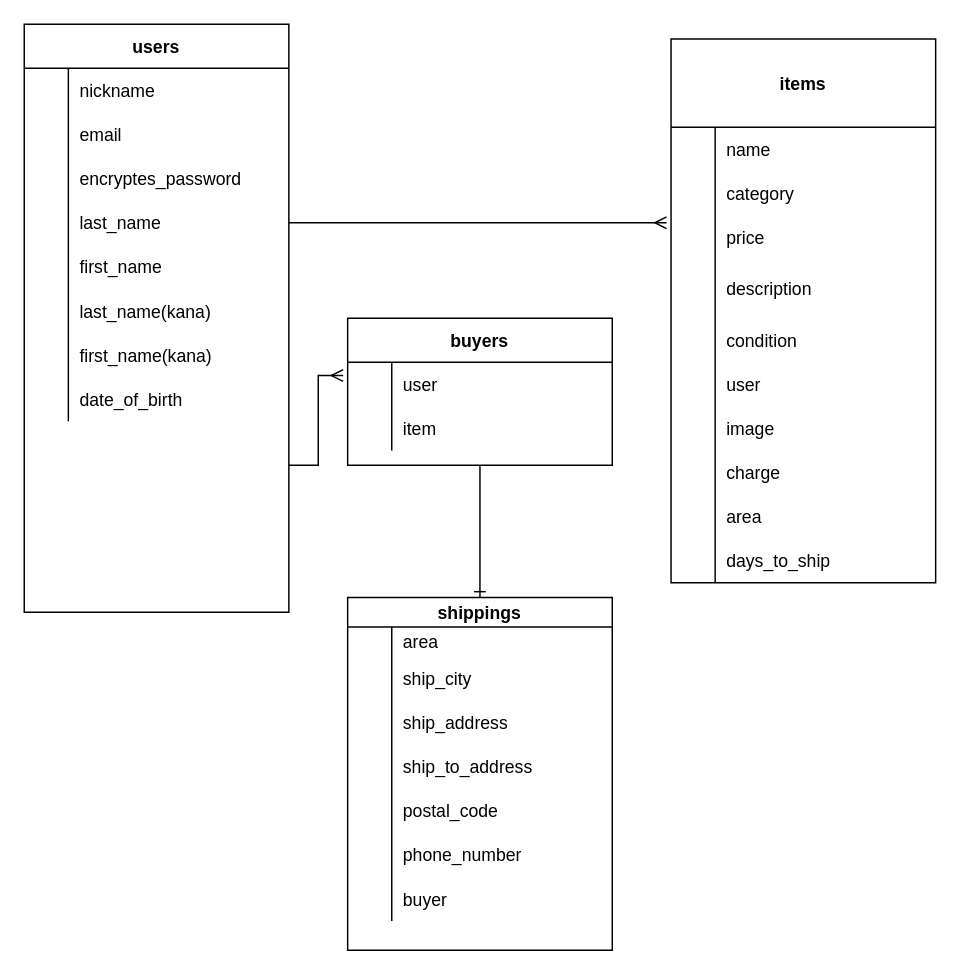
Earlier version of the draw.io diagram app/assets/images/test.dio (motuko61/furima-35954). Source tidied: cells renumbered, new cells numbered last; positions are measured from the earlier drawing's top-left corner, leaving out a move shared by most shapes. Both pictures are drawn from the tidied source at 147%, with x=0, y=0 at pixel (24, 24).
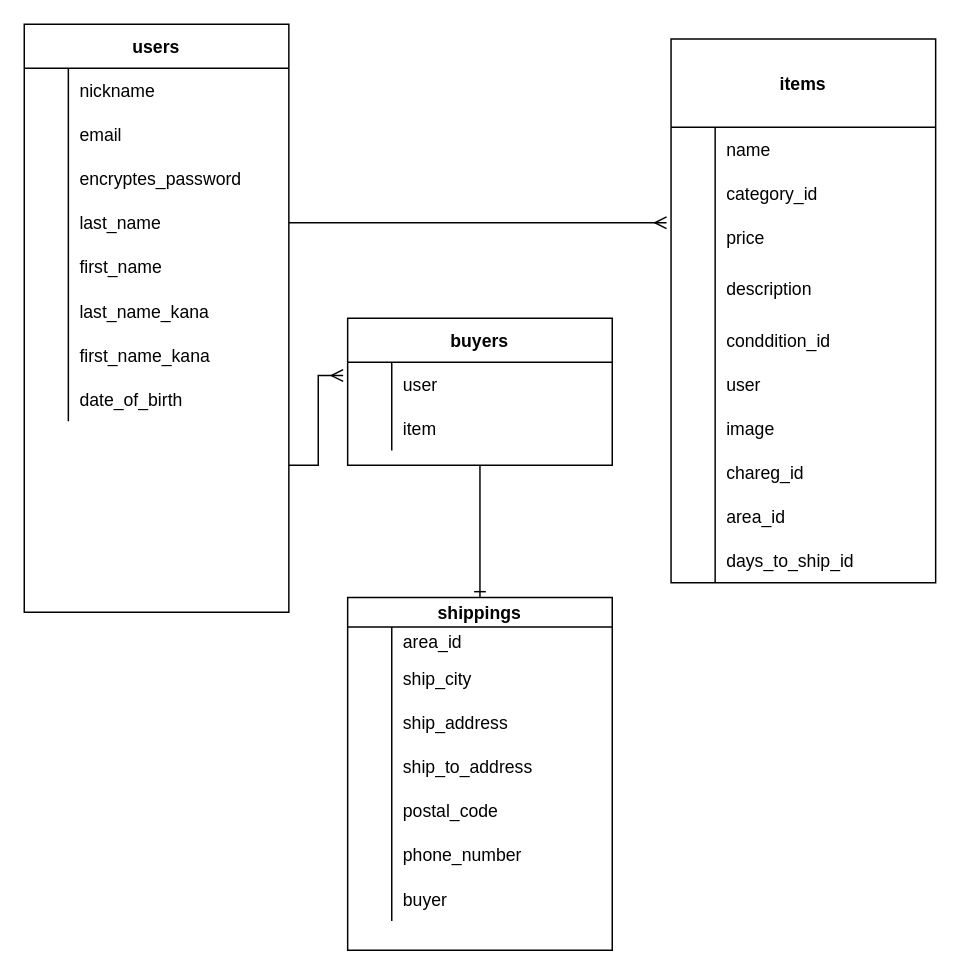
After the change.

The change refers to these unchanged cells:
```xml
<mxCell id="3" style="shape=partialRectangle;fillColor=none;top=0;left=0;bottom=0;right=0;" parent="2" vertex="1">
  <mxGeometry y="20" width="180" height="20" as="geometry" />
</mxCell>
<mxCell id="29" style="shape=partialRectangle;fillColor=none;top=0;left=0;bottom=0;right=0;" parent="25" vertex="1">
  <mxGeometry y="90" width="180" height="30" as="geometry" />
</mxCell>
<mxCell id="38" style="shape=partialRectangle;fillColor=none;top=0;left=0;bottom=0;right=0;" parent="25" vertex="1">
  <mxGeometry y="190" width="180" height="30" as="geometry" />
</mxCell>
<mxCell id="47" style="shape=partialRectangle;fillColor=none;top=0;left=0;bottom=0;right=0;" parent="25" vertex="1">
  <mxGeometry y="280" width="180" height="30" as="geometry" />
</mxCell>
<mxCell id="50" style="shape=partialRectangle;fillColor=none;top=0;left=0;bottom=0;right=0;" parent="25" vertex="1">
  <mxGeometry y="310" width="180" height="30" as="geometry" />
</mxCell>
<mxCell id="53" style="shape=partialRectangle;fillColor=none;top=0;left=0;bottom=0;right=0;" parent="25" vertex="1">
  <mxGeometry y="340" width="180" height="30" as="geometry" />
</mxCell>
<mxCell id="81" style="shape=partialRectangle;fillColor=none;top=0;left=0;bottom=0;right=0;" parent="65" vertex="1">
  <mxGeometry y="180" width="180" height="30" as="geometry" />
</mxCell>
<mxCell id="84" style="shape=partialRectangle;fillColor=none;top=0;left=0;bottom=0;right=0;" parent="65" vertex="1">
  <mxGeometry y="210" width="180" height="30" as="geometry" />
</mxCell>
```

The edit, as a diff of the source:
```diff
@@
-    <mxCell id="5" value="area" style="shape=partialRectangle;fillColor=none;top=0;left=0;bottom=0;right=0;align=left;spacingLeft=6;overflow=hidden;" parent="3" vertex="1">
+    <mxCell id="5" value="area_id" style="shape=partialRectangle;fillColor=none;top=0;left=0;bottom=0;right=0;align=left;spacingLeft=6;overflow=hidden;" parent="3" vertex="1">
       <mxGeometry x="30" width="150" height="20" as="geometry" />
     </mxCell>
@@
-    <mxCell id="31" value="category" style="shape=partialRectangle;fillColor=none;top=0;left=0;bottom=0;right=0;align=left;spacingLeft=6;overflow=hidden;" parent="29" vertex="1">
+    <mxCell id="31" value="category_id" style="shape=partialRectangle;fillColor=none;top=0;left=0;bottom=0;right=0;align=left;spacingLeft=6;overflow=hidden;" parent="29" vertex="1">
       <mxGeometry x="30" width="150" height="30" as="geometry" />
     </mxCell>
@@
-    <mxCell id="40" value="condition" style="shape=partialRectangle;fillColor=none;top=0;left=0;bottom=0;right=0;align=left;spacingLeft=6;overflow=hidden;" parent="38" vertex="1">
+    <mxCell id="40" value="conddition_id" style="shape=partialRectangle;fillColor=none;top=0;left=0;bottom=0;right=0;align=left;spacingLeft=6;overflow=hidden;" parent="38" vertex="1">
       <mxGeometry x="30" width="150" height="30" as="geometry" />
     </mxCell>
@@
-    <mxCell id="49" value="charge" style="shape=partialRectangle;fillColor=none;top=0;left=0;bottom=0;right=0;align=left;spacingLeft=6;overflow=hidden;" parent="47" vertex="1">
+    <mxCell id="49" value="chareg_id" style="shape=partialRectangle;fillColor=none;top=0;left=0;bottom=0;right=0;align=left;spacingLeft=6;overflow=hidden;" parent="47" vertex="1">
       <mxGeometry x="30" width="150" height="30" as="geometry" />
     </mxCell>
@@
-    <mxCell id="52" value="area" style="shape=partialRectangle;fillColor=none;top=0;left=0;bottom=0;right=0;align=left;spacingLeft=6;overflow=hidden;" parent="50" vertex="1">
+    <mxCell id="52" value="area_id" style="shape=partialRectangle;fillColor=none;top=0;left=0;bottom=0;right=0;align=left;spacingLeft=6;overflow=hidden;" parent="50" vertex="1">
       <mxGeometry x="30" width="150" height="30" as="geometry" />
     </mxCell>
@@
-    <mxCell id="55" value="days_to_ship" style="shape=partialRectangle;fillColor=none;top=0;left=0;bottom=0;right=0;align=left;spacingLeft=6;overflow=hidden;" parent="53" vertex="1">
+    <mxCell id="55" value="days_to_ship_id" style="shape=partialRectangle;fillColor=none;top=0;left=0;bottom=0;right=0;align=left;spacingLeft=6;overflow=hidden;" parent="53" vertex="1">
       <mxGeometry x="30" width="150" height="30" as="geometry" />
     </mxCell>
@@
-    <mxCell id="83" value="last_name(kana)" style="shape=partialRectangle;fillColor=none;top=0;left=0;bottom=0;right=0;align=left;spacingLeft=6;overflow=hidden;shadow=1;" parent="81" vertex="1">
+    <mxCell id="83" value="last_name_kana" style="shape=partialRectangle;fillColor=none;top=0;left=0;bottom=0;right=0;align=left;spacingLeft=6;overflow=hidden;shadow=1;" parent="81" vertex="1">
       <mxGeometry x="30" width="150" height="30" as="geometry" />
     </mxCell>
@@
-    <mxCell id="86" value="first_name(kana)" style="shape=partialRectangle;fillColor=none;top=0;left=0;bottom=0;right=0;align=left;spacingLeft=6;overflow=hidden;shadow=1;" parent="84" vertex="1">
+    <mxCell id="86" value="first_name_kana" style="shape=partialRectangle;fillColor=none;top=0;left=0;bottom=0;right=0;align=left;spacingLeft=6;overflow=hidden;shadow=1;" parent="84" vertex="1">
       <mxGeometry x="30" width="150" height="30" as="geometry" />
     </mxCell>
```
